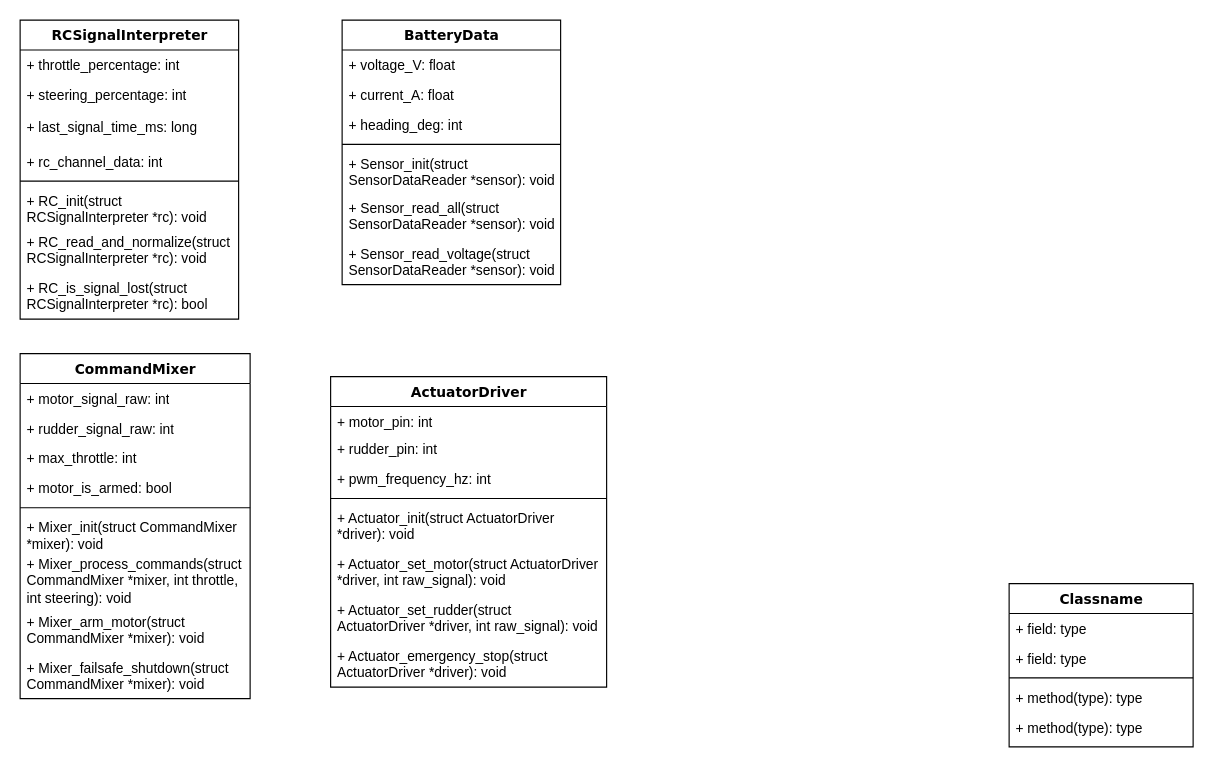
Before: Untitled Diagram.drawio in austin-eaquinto/Search-by-Boat, a draw.io diagram. Source tidied: cells renumbered, new cells numbered last; positions are measured from the earlier drawing's top-left corner, leaving out a move shared by most shapes. Both pictures are drawn from the tidied source at 115%, with x=0, y=0 at pixel (20, 20).
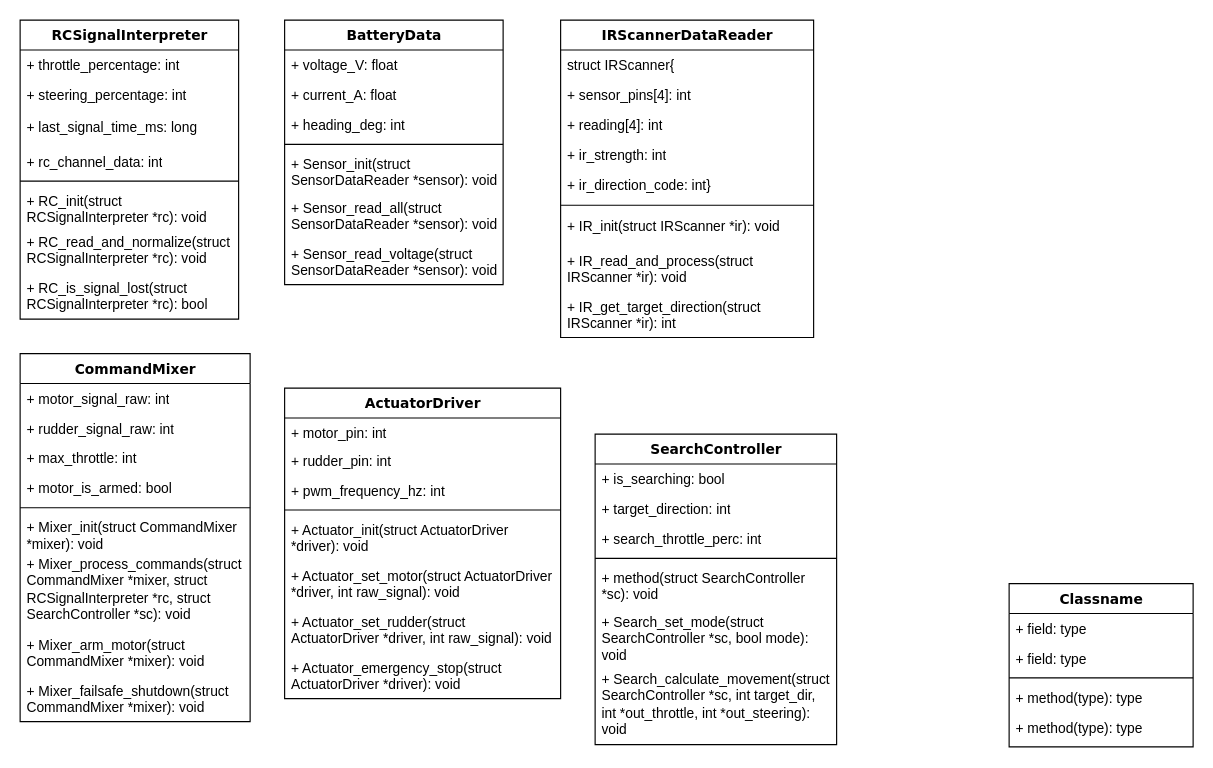
After the change.

Change to the diagram source:
```diff
@@
     <mxCell id="2" value="CommandMixer" style="swimlane;html=1;fontStyle=1;align=center;verticalAlign=top;horizontal=1;startSize=26;swimlaneFillColor=#ffffff;rounded=0;shadow=0;comic=0;labelBackgroundColor=none;strokeWidth=1;fillColor=none;fontFamily=Verdana;fontSize=12;" parent="1" vertex="1">
-      <mxGeometry y="290" width="200" height="300" as="geometry" />
+      <mxGeometry y="290" width="200" height="320" as="geometry" />
     </mxCell>
@@
-    <mxCell id="9" value="+ Mixer_process_commands(struct CommandMixer *mixer, int throttle, int steering): void" style="text;html=1;strokeColor=none;fillColor=none;align=left;verticalAlign=top;spacingLeft=4;spacingRight=4;whiteSpace=wrap;overflow=hidden;" parent="2" vertex="1">
-      <mxGeometry y="170" width="200" height="50" as="geometry" />
+    <mxCell id="9" value="+ Mixer_process_commands(struct CommandMixer *mixer, struct RCSignalInterpreter *rc, struct SearchController *sc): void" style="text;html=1;strokeColor=none;fillColor=none;align=left;verticalAlign=top;spacingLeft=4;spacingRight=4;whiteSpace=wrap;overflow=hidden;" parent="2" vertex="1">
+      <mxGeometry y="170" width="200" height="70" as="geometry" />
     </mxCell>
     <mxCell id="10" value="+ Mixer_arm_motor(struct CommandMixer *mixer): void" style="text;html=1;strokeColor=none;fillColor=none;align=left;verticalAlign=top;spacingLeft=4;spacingRight=4;whiteSpace=wrap;overflow=hidden;" parent="2" vertex="1">
-      <mxGeometry y="220" width="200" height="40" as="geometry" />
+      <mxGeometry y="240" width="200" height="40" as="geometry" />
     </mxCell>
     <mxCell id="11" value="+ Mixer_failsafe_shutdown(struct CommandMixer *mixer): void" style="text;html=1;strokeColor=none;fillColor=none;align=left;verticalAlign=top;spacingLeft=4;spacingRight=4;whiteSpace=wrap;overflow=hidden;" parent="2" vertex="1">
-      <mxGeometry y="260" width="200" height="40" as="geometry" />
+      <mxGeometry y="280" width="200" height="40" as="geometry" />
     </mxCell>
     <mxCell id="12" value="BatteryData" style="swimlane;html=1;fontStyle=1;align=center;verticalAlign=top;horizontal=1;startSize=26;swimlaneFillColor=#ffffff;rounded=0;shadow=0;comic=0;labelBackgroundColor=none;strokeWidth=1;fillColor=none;fontFamily=Verdana;fontSize=12;" parent="1" vertex="1">
-      <mxGeometry x="280" width="190" height="230" as="geometry" />
+      <mxGeometry x="230" width="190" height="230" as="geometry" />
     </mxCell>
@@
     <mxCell id="35" value="ActuatorDriver" style="swimlane;html=1;fontStyle=1;align=center;verticalAlign=top;horizontal=1;startSize=26;swimlaneFillColor=#ffffff;rounded=0;shadow=0;comic=0;labelBackgroundColor=none;strokeWidth=1;fillColor=none;fontFamily=Verdana;fontSize=12;" parent="1" vertex="1">
-      <mxGeometry x="270" y="310" width="240" height="270" as="geometry" />
+      <mxGeometry x="230" y="320" width="240" height="270" as="geometry" />
     </mxCell>
@@
+    <mxCell id="44" value="IRScannerDataReader" style="swimlane;html=1;fontStyle=1;align=center;verticalAlign=top;horizontal=1;startSize=26;swimlaneFillColor=#ffffff;rounded=0;shadow=0;comic=0;labelBackgroundColor=none;strokeWidth=1;fillColor=none;fontFamily=Verdana;fontSize=12;" parent="1" vertex="1">
+      <mxGeometry x="470" width="220" height="276" as="geometry" />
+    </mxCell>
+    <mxCell id="45" value="struct IRScanner{" style="text;html=1;strokeColor=none;fillColor=none;align=left;verticalAlign=top;spacingLeft=4;spacingRight=4;whiteSpace=wrap;overflow=hidden;" parent="44" vertex="1">
+      <mxGeometry y="26" width="220" height="26" as="geometry" />
+    </mxCell>
+    <mxCell id="46" value="+ sensor_pins[4]: int" style="text;html=1;strokeColor=none;fillColor=none;align=left;verticalAlign=top;spacingLeft=4;spacingRight=4;whiteSpace=wrap;overflow=hidden;" parent="44" vertex="1">
+      <mxGeometry y="52" width="220" height="26" as="geometry" />
+    </mxCell>
+    <mxCell id="47" value="+ reading[4]: int" style="text;html=1;strokeColor=none;fillColor=none;align=left;verticalAlign=top;spacingLeft=4;spacingRight=4;whiteSpace=wrap;overflow=hidden;" parent="44" vertex="1">
+      <mxGeometry y="78" width="220" height="26" as="geometry" />
+    </mxCell>
+    <mxCell id="48" value="+ ir_strength: int" style="text;html=1;strokeColor=none;fillColor=none;align=left;verticalAlign=top;spacingLeft=4;spacingRight=4;whiteSpace=wrap;overflow=hidden;" parent="44" vertex="1">
+      <mxGeometry y="104" width="220" height="26" as="geometry" />
+    </mxCell>
+    <mxCell id="49" value="+ ir_direction_code: int}" style="text;html=1;strokeColor=none;fillColor=none;align=left;verticalAlign=top;spacingLeft=4;spacingRight=4;whiteSpace=wrap;overflow=hidden;" parent="44" vertex="1">
+      <mxGeometry y="130" width="220" height="26" as="geometry" />
+    </mxCell>
+    <mxCell id="50" style="line;html=1;strokeWidth=1;fillColor=none;align=left;verticalAlign=middle;spacingTop=-1;spacingLeft=3;spacingRight=3;labelPosition=right;" parent="44" vertex="1">
+      <mxGeometry y="156" width="220" height="10" as="geometry" />
+    </mxCell>
+    <mxCell id="51" value="+ IR_init(struct IRScanner *ir): void" style="text;html=1;strokeColor=none;fillColor=none;align=left;verticalAlign=top;spacingLeft=4;spacingRight=4;whiteSpace=wrap;overflow=hidden;" parent="44" vertex="1">
+      <mxGeometry y="166" width="220" height="30" as="geometry" />
+    </mxCell>
+    <mxCell id="52" value="+ IR_read_and_process(struct IRScanner *ir): void" style="text;html=1;strokeColor=none;fillColor=none;align=left;verticalAlign=top;spacingLeft=4;spacingRight=4;whiteSpace=wrap;overflow=hidden;" parent="44" vertex="1">
+      <mxGeometry y="196" width="220" height="40" as="geometry" />
+    </mxCell>
+    <mxCell id="53" value="+ IR_get_target_direction(struct IRScanner *ir): int" style="text;html=1;strokeColor=none;fillColor=none;align=left;verticalAlign=top;spacingLeft=4;spacingRight=4;whiteSpace=wrap;overflow=hidden;" parent="44" vertex="1">
+      <mxGeometry y="236" width="220" height="40" as="geometry" />
+    </mxCell>
+    <mxCell id="54" value="SearchController" style="swimlane;html=1;fontStyle=1;align=center;verticalAlign=top;horizontal=1;startSize=26;swimlaneFillColor=#ffffff;rounded=0;shadow=0;comic=0;labelBackgroundColor=none;strokeWidth=1;fillColor=none;fontFamily=Verdana;fontSize=12;" parent="1" vertex="1">
+      <mxGeometry x="500" y="360" width="210" height="270" as="geometry" />
+    </mxCell>
+    <mxCell id="55" value="+ is_searching: bool" style="text;html=1;strokeColor=none;fillColor=none;align=left;verticalAlign=top;spacingLeft=4;spacingRight=4;whiteSpace=wrap;overflow=hidden;" parent="54" vertex="1">
+      <mxGeometry y="26" width="210" height="26" as="geometry" />
+    </mxCell>
+    <mxCell id="56" value="+ target_direction: int" style="text;html=1;strokeColor=none;fillColor=none;align=left;verticalAlign=top;spacingLeft=4;spacingRight=4;whiteSpace=wrap;overflow=hidden;" parent="54" vertex="1">
+      <mxGeometry y="52" width="210" height="26" as="geometry" />
+    </mxCell>
+    <mxCell id="57" value="+ search_throttle_perc: int" style="text;html=1;strokeColor=none;fillColor=none;align=left;verticalAlign=top;spacingLeft=4;spacingRight=4;whiteSpace=wrap;overflow=hidden;" parent="54" vertex="1">
+      <mxGeometry y="78" width="210" height="26" as="geometry" />
+    </mxCell>
+    <mxCell id="58" style="line;html=1;strokeWidth=1;fillColor=none;align=left;verticalAlign=middle;spacingTop=-1;spacingLeft=3;spacingRight=3;labelPosition=right;" parent="54" vertex="1">
+      <mxGeometry y="104" width="210" height="8" as="geometry" />
+    </mxCell>
+    <mxCell id="59" value="+ method(struct SearchController *sc): void" style="text;html=1;strokeColor=none;fillColor=none;align=left;verticalAlign=top;spacingLeft=4;spacingRight=4;whiteSpace=wrap;overflow=hidden;" parent="54" vertex="1">
+      <mxGeometry y="112" width="210" height="38" as="geometry" />
+    </mxCell>
+    <mxCell id="60" value="+ Search_set_mode(struct SearchController *sc, bool mode): void" style="text;html=1;strokeColor=none;fillColor=none;align=left;verticalAlign=top;spacingLeft=4;spacingRight=4;whiteSpace=wrap;overflow=hidden;" parent="54" vertex="1">
+      <mxGeometry y="150" width="210" height="50" as="geometry" />
+    </mxCell>
+    <mxCell id="61" value="+ Search_calculate_movement(struct SearchController *sc, int target_dir, int *out_throttle, int *out_steering): void" style="text;html=1;strokeColor=none;fillColor=none;align=left;verticalAlign=top;spacingLeft=4;spacingRight=4;whiteSpace=wrap;overflow=hidden;" parent="54" vertex="1">
+      <mxGeometry y="200" width="210" height="70" as="geometry" />
+    </mxCell>
```
